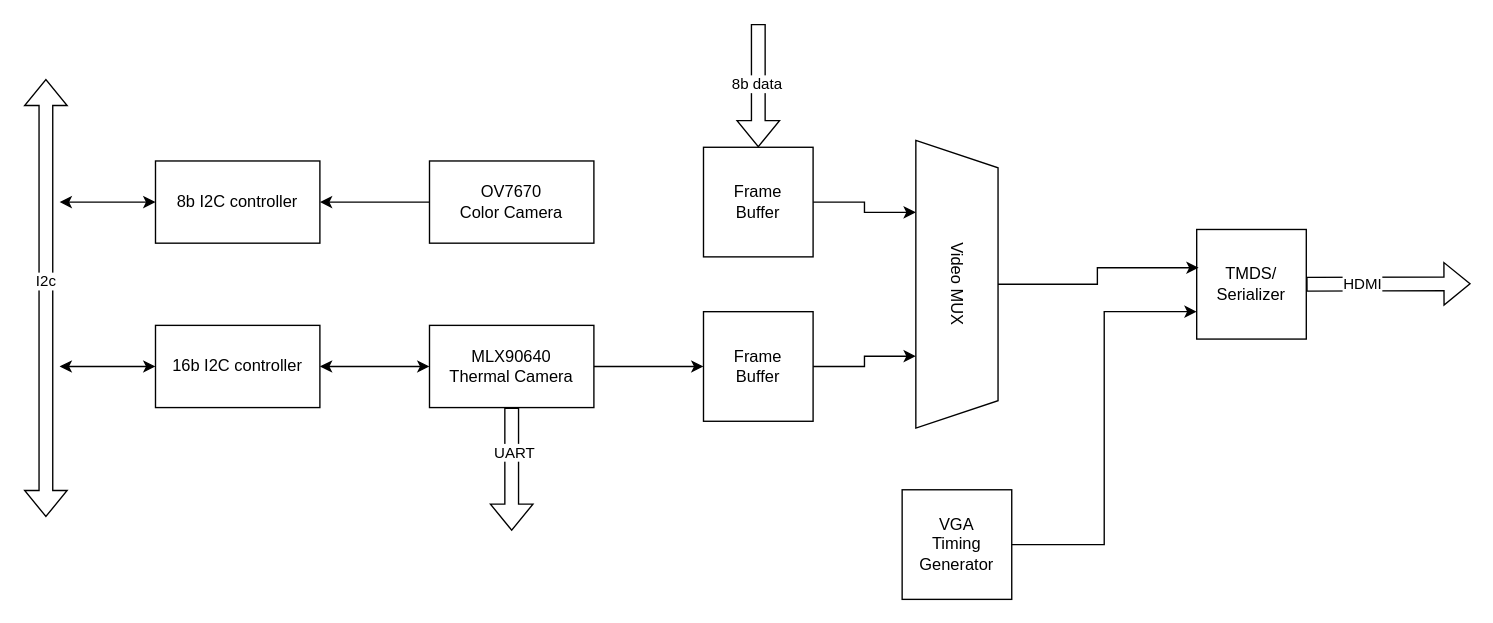
The draw.io diagram diagrams/top.drawio in RiltonF/Thermal_camera_ulx3s, before the edit. Source tidied: cells renumbered, new cells numbered last; positions are measured from the earlier drawing's top-left corner, leaving out a move shared by most shapes. Both pictures are drawn from the tidied source at 137%, with x=0, y=0 at pixel (45, 23).
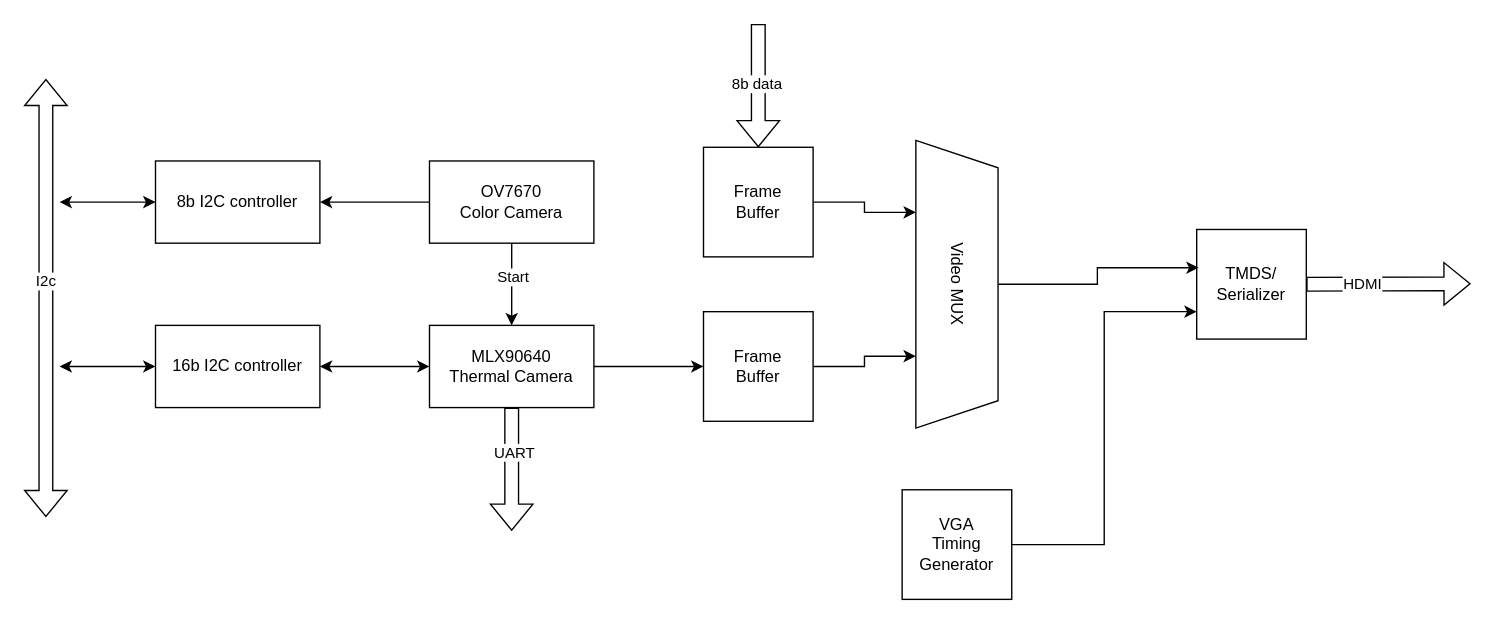
After the change.

Commit message (it also covers changes not shown here):
Added color cam diagram

The change refers to these unchanged cells:
```xml
<mxCell id="9" value="OV7670&lt;div&gt;Color Camera&lt;/div&gt;" style="rounded=0;whiteSpace=wrap;html=1;" parent="1" vertex="1">
  <mxGeometry x="280" y="100" width="120" height="60" as="geometry" />
</mxCell>
<mxCell id="12" value="MLX90640&lt;div&gt;Thermal Camera&lt;/div&gt;" style="rounded=0;whiteSpace=wrap;html=1;" parent="1" vertex="1">
  <mxGeometry x="280" y="220" width="120" height="60" as="geometry" />
</mxCell>
```

The edit, as a diff of the source:
```diff
@@
+    <mxCell id="28" style="edgeStyle=orthogonalEdgeStyle;rounded=0;jettySize=auto;html=1;exitX=0.5;exitY=1;exitDx=0;exitDy=0;entryX=0.5;entryY=0;entryDx=0;entryDy=0;" parent="1" edge="1" source="9" target="12">
+      <mxGeometry relative="1" as="geometry" />
+    </mxCell>
+    <mxCell id="29" value="Start" style="edgeLabel;html=1;align=center;verticalAlign=middle;" parent="28" vertex="1">
+      <mxGeometry x="-0.21" relative="1" as="geometry" />
+    </mxCell>
```
